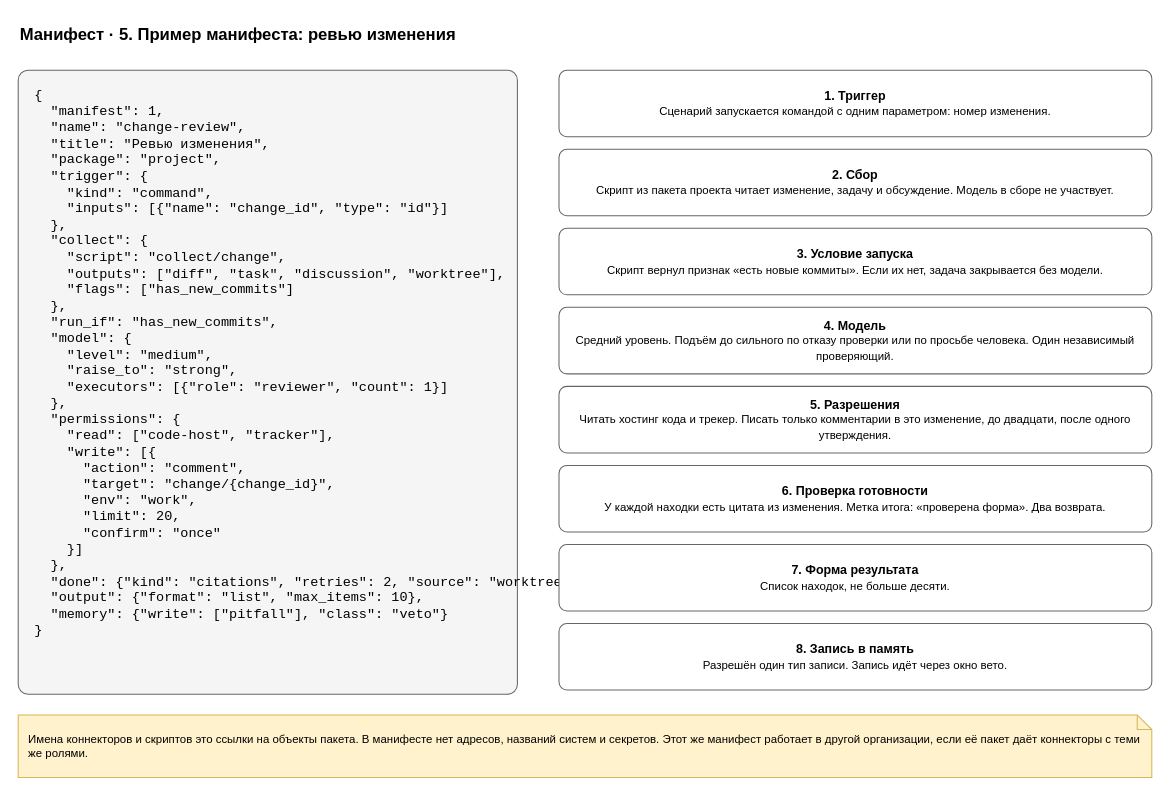
This is page "5. Пример" (5 of 7) of docs/spec/harness-manifest.drawio from roygkov/reins, a draw.io file, before an edit. Source tidied: cells renumbered, new cells numbered last; positions are measured from the earlier drawing's top-left corner, leaving out a move shared by most shapes. Both pictures are drawn from the tidied source at 104%, with x=0, y=0 at pixel (18, 18).
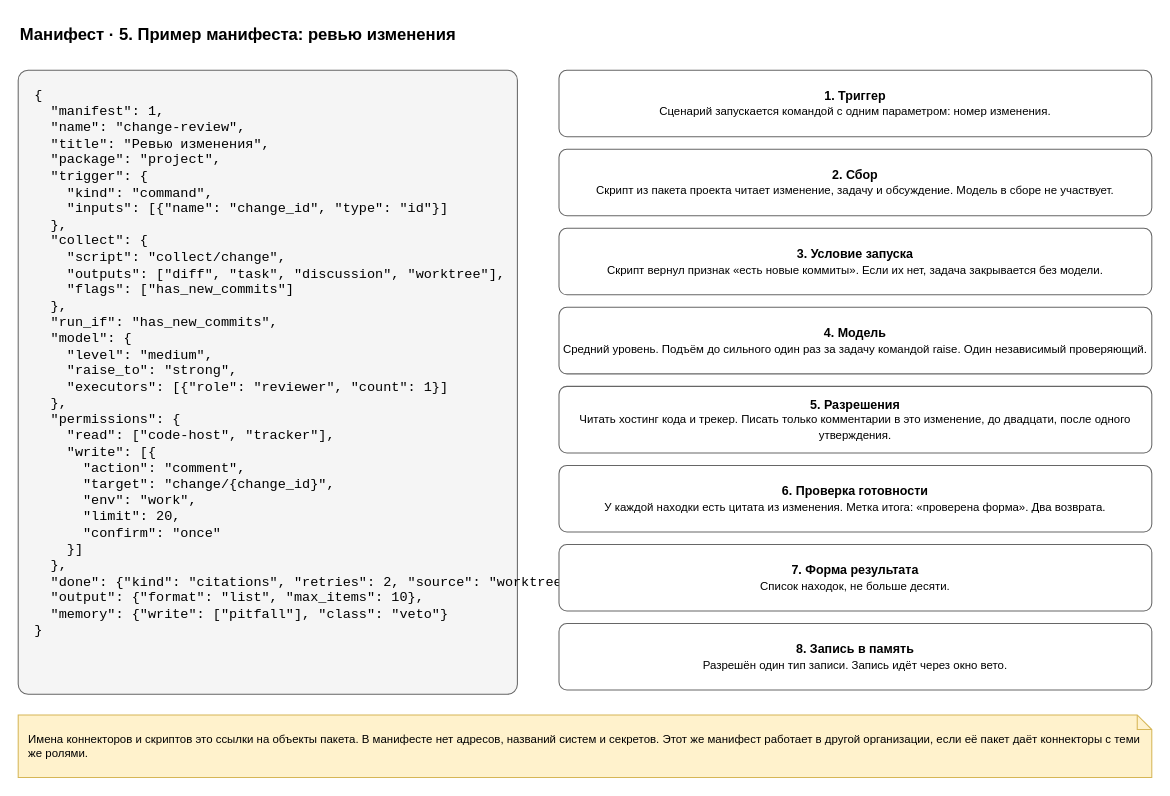
The same page after the edit.

Diff of the diagram source:
```diff
@@
 <mxGraphModel>
   <root>
     <mxCell id="0" />
     <mxCell id="1" parent="0" />
     <mxCell id="2" value="Манифест · 5. Пример манифеста: ревью изменения" style="text;html=1;align=left;verticalAlign=middle;whiteSpace=wrap;fontSize=16;strokeColor=none;fillColor=none;fontStyle=1;" parent="1" vertex="1">
       <mxGeometry width="900" height="30" as="geometry" />
     </mxCell>
     <mxCell id="3" value="{&lt;br&gt;&amp;nbsp;&amp;nbsp;&quot;manifest&quot;:&amp;nbsp;1,&lt;br&gt;&amp;nbsp;&amp;nbsp;&quot;name&quot;:&amp;nbsp;&quot;change-review&quot;,&lt;br&gt;&amp;nbsp;&amp;nbsp;&quot;title&quot;:&amp;nbsp;&quot;Ревью&amp;nbsp;изменения&quot;,&lt;br&gt;&amp;nbsp;&amp;nbsp;&quot;package&quot;:&amp;nbsp;&quot;project&quot;,&lt;br&gt;&amp;nbsp;&amp;nbsp;&quot;trigger&quot;:&amp;nbsp;{&lt;br&gt;&amp;nbsp;&amp;nbsp;&amp;nbsp;&amp;nbsp;&quot;kind&quot;:&amp;nbsp;&quot;command&quot;,&lt;br&gt;&amp;nbsp;&amp;nbsp;&amp;nbsp;&amp;nbsp;&quot;inputs&quot;:&amp;nbsp;[{&quot;name&quot;:&amp;nbsp;&quot;change_id&quot;,&amp;nbsp;&quot;type&quot;:&amp;nbsp;&quot;id&quot;}]&lt;br&gt;&amp;nbsp;&amp;nbsp;},&lt;br&gt;&amp;nbsp;&amp;nbsp;&quot;collect&quot;:&amp;nbsp;{&lt;br&gt;&amp;nbsp;&amp;nbsp;&amp;nbsp;&amp;nbsp;&quot;script&quot;:&amp;nbsp;&quot;collect/change&quot;,&lt;br&gt;&amp;nbsp;&amp;nbsp;&amp;nbsp;&amp;nbsp;&quot;outputs&quot;:&amp;nbsp;[&quot;diff&quot;,&amp;nbsp;&quot;task&quot;,&amp;nbsp;&quot;discussion&quot;,&amp;nbsp;&quot;worktree&quot;],&lt;br&gt;&amp;nbsp;&amp;nbsp;&amp;nbsp;&amp;nbsp;&quot;flags&quot;:&amp;nbsp;[&quot;has_new_commits&quot;]&lt;br&gt;&amp;nbsp;&amp;nbsp;},&lt;br&gt;&amp;nbsp;&amp;nbsp;&quot;run_if&quot;:&amp;nbsp;&quot;has_new_commits&quot;,&lt;br&gt;&amp;nbsp;&amp;nbsp;&quot;model&quot;:&amp;nbsp;{&lt;br&gt;&amp;nbsp;&amp;nbsp;&amp;nbsp;&amp;nbsp;&quot;level&quot;:&amp;nbsp;&quot;medium&quot;,&lt;br&gt;&amp;nbsp;&amp;nbsp;&amp;nbsp;&amp;nbsp;&quot;raise_to&quot;:&amp;nbsp;&quot;strong&quot;,&lt;br&gt;&amp;nbsp;&amp;nbsp;&amp;nbsp;&amp;nbsp;&quot;executors&quot;:&amp;nbsp;[{&quot;role&quot;:&amp;nbsp;&quot;reviewer&quot;,&amp;nbsp;&quot;count&quot;:&amp;nbsp;1}]&lt;br&gt;&amp;nbsp;&amp;nbsp;},&lt;br&gt;&amp;nbsp;&amp;nbsp;&quot;permissions&quot;:&amp;nbsp;{&lt;br&gt;&amp;nbsp;&amp;nbsp;&amp;nbsp;&amp;nbsp;&quot;read&quot;:&amp;nbsp;[&quot;code-host&quot;,&amp;nbsp;&quot;tracker&quot;],&lt;br&gt;&amp;nbsp;&amp;nbsp;&amp;nbsp;&amp;nbsp;&quot;write&quot;:&amp;nbsp;[{&lt;br&gt;&amp;nbsp;&amp;nbsp;&amp;nbsp;&amp;nbsp;&amp;nbsp;&amp;nbsp;&quot;action&quot;:&amp;nbsp;&quot;comment&quot;,&lt;br&gt;&amp;nbsp;&amp;nbsp;&amp;nbsp;&amp;nbsp;&amp;nbsp;&amp;nbsp;&quot;target&quot;:&amp;nbsp;&quot;change/{change_id}&quot;,&lt;br&gt;&amp;nbsp;&amp;nbsp;&amp;nbsp;&amp;nbsp;&amp;nbsp;&amp;nbsp;&quot;env&quot;:&amp;nbsp;&quot;work&quot;,&lt;br&gt;&amp;nbsp;&amp;nbsp;&amp;nbsp;&amp;nbsp;&amp;nbsp;&amp;nbsp;&quot;limit&quot;:&amp;nbsp;20,&lt;br&gt;&amp;nbsp;&amp;nbsp;&amp;nbsp;&amp;nbsp;&amp;nbsp;&amp;nbsp;&quot;confirm&quot;:&amp;nbsp;&quot;once&quot;&lt;br&gt;&amp;nbsp;&amp;nbsp;&amp;nbsp;&amp;nbsp;}]&lt;br&gt;&amp;nbsp;&amp;nbsp;},&lt;br&gt;&amp;nbsp;&amp;nbsp;&quot;done&quot;:&amp;nbsp;{&quot;kind&quot;:&amp;nbsp;&quot;citations&quot;,&amp;nbsp;&quot;retries&quot;:&amp;nbsp;2,&amp;nbsp;&quot;source&quot;:&amp;nbsp;&quot;worktree&quot;},&lt;br&gt;&amp;nbsp;&amp;nbsp;&quot;output&quot;:&amp;nbsp;{&quot;format&quot;:&amp;nbsp;&quot;list&quot;,&amp;nbsp;&quot;max_items&quot;:&amp;nbsp;10},&lt;br&gt;&amp;nbsp;&amp;nbsp;&quot;memory&quot;:&amp;nbsp;{&quot;write&quot;:&amp;nbsp;[&quot;pitfall&quot;],&amp;nbsp;&quot;class&quot;:&amp;nbsp;&quot;veto&quot;}&lt;br&gt;}" style="rounded=1;whiteSpace=wrap;html=1;fillColor=#f5f5f5;strokeColor=#666666;arcSize=2;align=left;verticalAlign=top;spacingLeft=14;spacingTop=10;fontFamily=Courier New;fontSize=13;" parent="1" vertex="1">
       <mxGeometry y="50" width="480" height="600" as="geometry" />
     </mxCell>
     <mxCell id="4" value="&lt;b&gt;1. Триггер&lt;/b&gt;&lt;br&gt;&lt;font style=&quot;font-size:11px&quot;&gt;Сценарий запускается командой с одним параметром: номер изменения.&lt;/font&gt;" style="rounded=1;whiteSpace=wrap;html=1;fillColor=#ffffff;strokeColor=#666666;arcSize=12;" parent="1" vertex="1">
       <mxGeometry x="520" y="50" width="570" height="64" as="geometry" />
     </mxCell>
     <mxCell id="5" value="&lt;b&gt;2. Сбор&lt;/b&gt;&lt;br&gt;&lt;font style=&quot;font-size:11px&quot;&gt;Скрипт из пакета проекта читает изменение, задачу и обсуждение. Модель в сборе не участвует.&lt;/font&gt;" style="rounded=1;whiteSpace=wrap;html=1;fillColor=#ffffff;strokeColor=#666666;arcSize=12;" parent="1" vertex="1">
       <mxGeometry x="520" y="126" width="570" height="64" as="geometry" />
     </mxCell>
     <mxCell id="6" value="&lt;b&gt;3. Условие запуска&lt;/b&gt;&lt;br&gt;&lt;font style=&quot;font-size:11px&quot;&gt;Скрипт вернул признак «есть новые коммиты». Если их нет, задача закрывается без модели.&lt;/font&gt;" style="rounded=1;whiteSpace=wrap;html=1;fillColor=#ffffff;strokeColor=#666666;arcSize=12;" parent="1" vertex="1">
       <mxGeometry x="520" y="202" width="570" height="64" as="geometry" />
     </mxCell>
-    <mxCell id="7" value="&lt;b&gt;4. Модель&lt;/b&gt;&lt;br&gt;&lt;font style=&quot;font-size:11px&quot;&gt;Средний уровень. Подъём до сильного по отказу проверки или по просьбе человека. Один независимый проверяющий.&lt;/font&gt;" style="rounded=1;whiteSpace=wrap;html=1;fillColor=#ffffff;strokeColor=#666666;arcSize=12;" parent="1" vertex="1">
+    <mxCell id="7" value="&lt;b&gt;4. Модель&lt;/b&gt;&lt;br&gt;&lt;font style=&quot;font-size:11px&quot;&gt;Средний уровень. Подъём до сильного один раз за задачу командой raise. Один независимый проверяющий.&lt;/font&gt;" style="rounded=1;whiteSpace=wrap;html=1;fillColor=#ffffff;strokeColor=#666666;arcSize=12;" parent="1" vertex="1">
       <mxGeometry x="520" y="278" width="570" height="64" as="geometry" />
     </mxCell>
     <mxCell id="8" value="&lt;b&gt;5. Разрешения&lt;/b&gt;&lt;br&gt;&lt;font style=&quot;font-size:11px&quot;&gt;Читать хостинг кода и трекер. Писать только комментарии в это изменение, до двадцати, после одного утверждения.&lt;/font&gt;" style="rounded=1;whiteSpace=wrap;html=1;fillColor=#ffffff;strokeColor=#666666;arcSize=12;" parent="1" vertex="1">
       <mxGeometry x="520" y="354" width="570" height="64" as="geometry" />
     </mxCell>
     <mxCell id="9" value="&lt;b&gt;6. Проверка готовности&lt;/b&gt;&lt;br&gt;&lt;font style=&quot;font-size:11px&quot;&gt;У каждой находки есть цитата из изменения. Метка итога: «проверена форма». Два возврата.&lt;/font&gt;" style="rounded=1;whiteSpace=wrap;html=1;fillColor=#ffffff;strokeColor=#666666;arcSize=12;" parent="1" vertex="1">
       <mxGeometry x="520" y="430" width="570" height="64" as="geometry" />
     </mxCell>
     <mxCell id="10" value="&lt;b&gt;7. Форма результата&lt;/b&gt;&lt;br&gt;&lt;font style=&quot;font-size:11px&quot;&gt;Список находок, не больше десяти.&lt;/font&gt;" style="rounded=1;whiteSpace=wrap;html=1;fillColor=#ffffff;strokeColor=#666666;arcSize=12;" parent="1" vertex="1">
       <mxGeometry x="520" y="506" width="570" height="64" as="geometry" />
     </mxCell>
     <mxCell id="11" value="&lt;b&gt;8. Запись в память&lt;/b&gt;&lt;br&gt;&lt;font style=&quot;font-size:11px&quot;&gt;Разрешён один тип записи. Запись идёт через окно вето.&lt;/font&gt;" style="rounded=1;whiteSpace=wrap;html=1;fillColor=#ffffff;strokeColor=#666666;arcSize=12;" parent="1" vertex="1">
       <mxGeometry x="520" y="582" width="570" height="64" as="geometry" />
     </mxCell>
     <mxCell id="12" value="Имена коннекторов и скриптов это ссылки на объекты пакета. В манифесте нет адресов, названий систем и секретов. Этот же манифест работает в другой организации, если её пакет даёт коннекторы с теми же ролями." style="shape=note;whiteSpace=wrap;html=1;backgroundOutline=1;size=14;fillColor=#fff2cc;strokeColor=#d6b656;align=left;spacingLeft=8;spacingRight=8;fontSize=11;" parent="1" vertex="1">
       <mxGeometry y="670" width="1090" height="60" as="geometry" />
     </mxCell>
   </root>
 </mxGraphModel>
```
